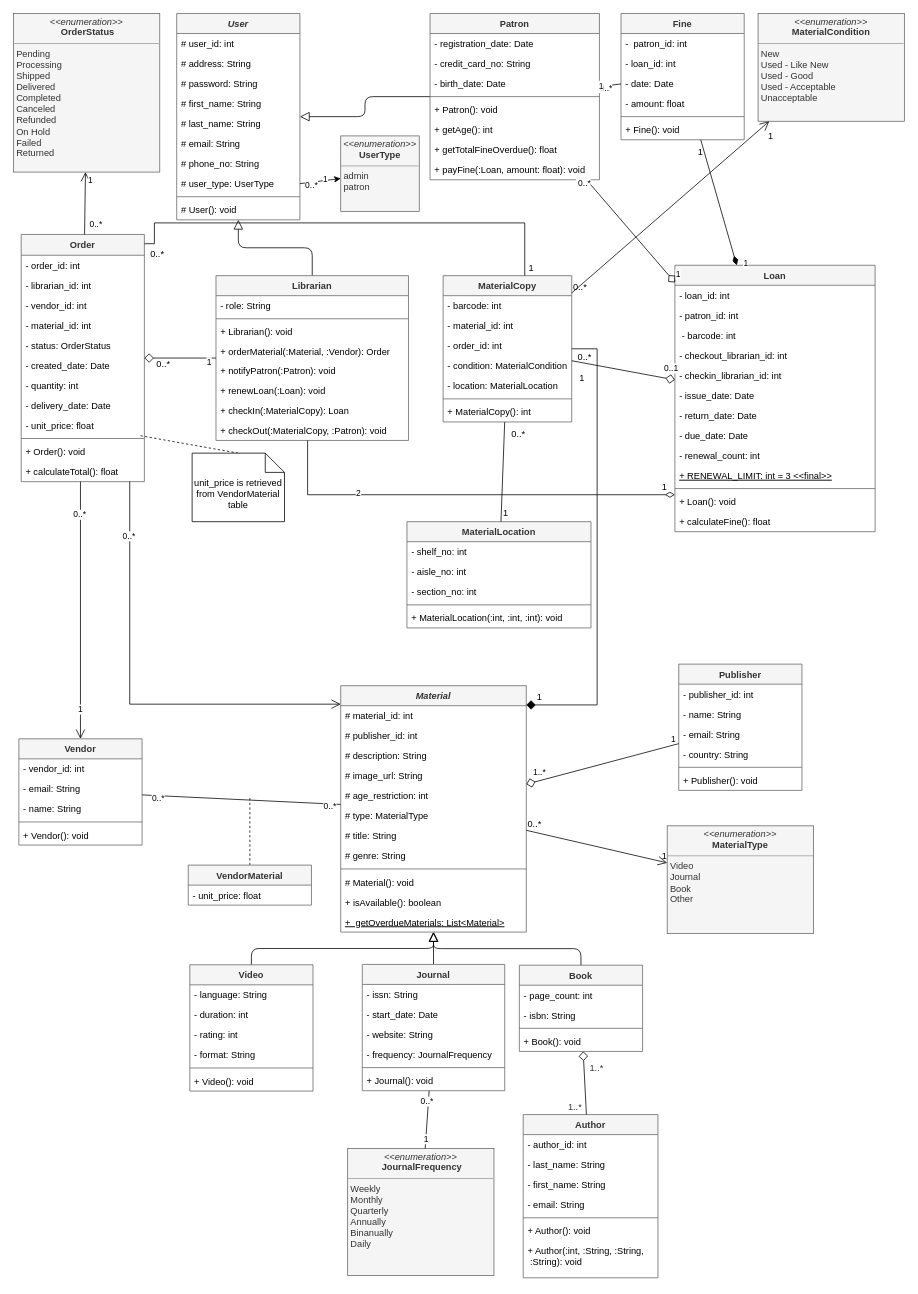
Above: docs/assets/uml-class-diagram.drawio in creme332/biblionex (draw.io), before the change. Source tidied: cells renumbered, new cells numbered last; positions are measured from the earlier drawing's top-left corner, leaving out a move shared by most shapes. Both pictures are drawn from the tidied source at 77%, with x=0, y=0 at pixel (13, 13).
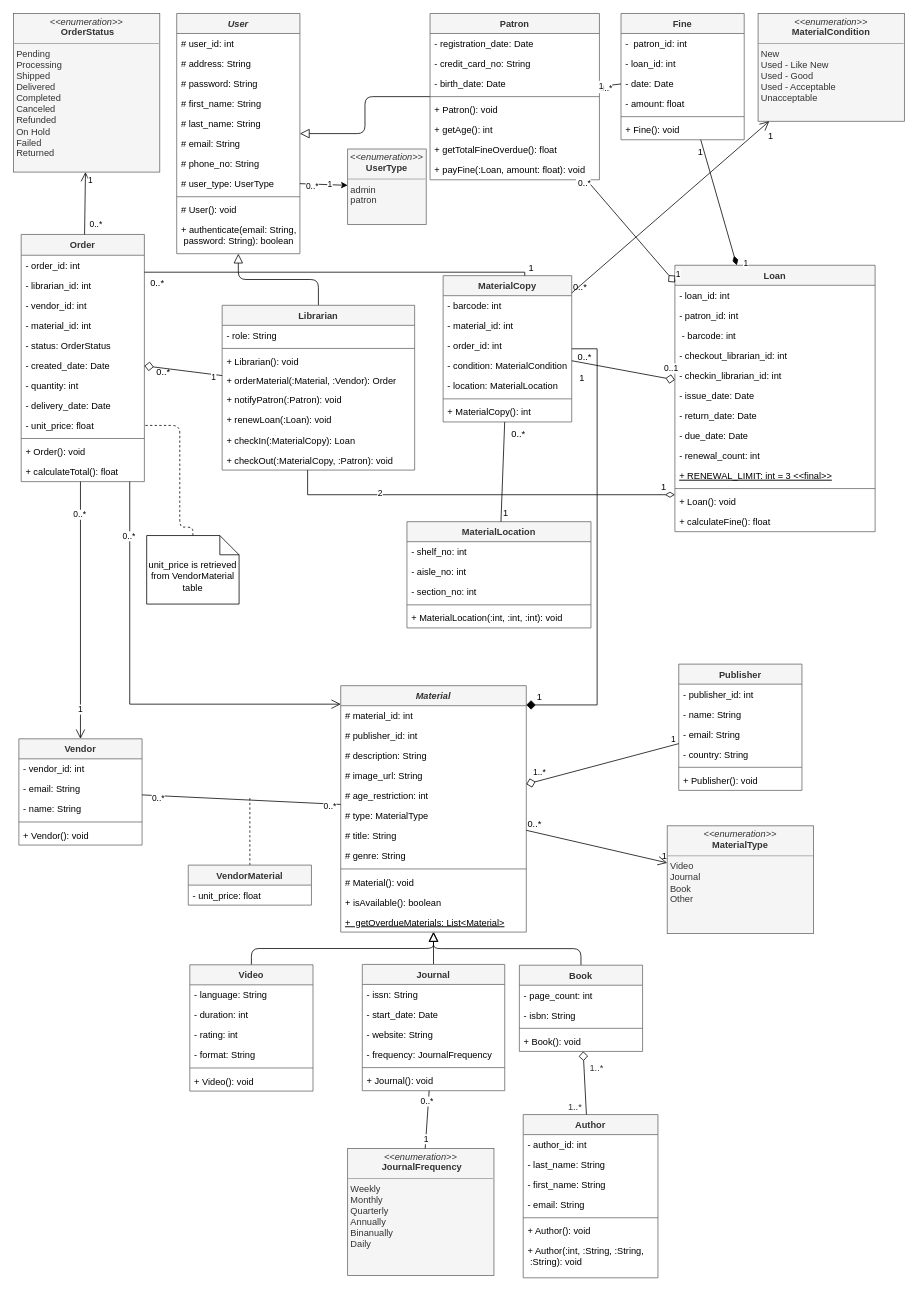
Above is the later version.

Commit message:
add authenticate method to User

The change refers to these unchanged cells:
```xml
<mxCell id="67" value="Order" style="swimlane;fontStyle=1;align=center;verticalAlign=top;horizontal=1;startSize=27;fillColor=#f5f5f5;strokeColor=#666666;fontColor=#333333;" parent="1" vertex="1">
  <mxGeometry x="10" y="287" width="160" height="321" as="geometry" />
</mxCell>
<mxCell id="76" value="- unit_price: float" style="text;strokeColor=none;fillColor=none;align=left;verticalAlign=top;spacingLeft=4;spacingRight=4;overflow=hidden;points=[[0,0.5],[1,0.5]];portConstraint=eastwest;" parent="67" vertex="1">
  <mxGeometry y="235" width="160" height="26" as="geometry" />
</mxCell>
<mxCell id="80" value="MaterialCopy" style="swimlane;fontStyle=1;align=center;verticalAlign=top;horizontal=1;startSize=26;fillColor=#f5f5f5;strokeColor=#666666;fontColor=#333333;" parent="1" vertex="1">
  <mxGeometry x="558" y="340.5" width="167" height="190" as="geometry" />
</mxCell>
```

The edit, as a diff of the source:
```diff
@@
     <mxCell id="2" value="User" style="swimlane;fontStyle=3;align=center;verticalAlign=top;horizontal=1;startSize=26;fillColor=#f5f5f5;fontColor=#333333;strokeColor=#666666;" parent="1" vertex="1">
-      <mxGeometry x="212" width="160" height="268" as="geometry" />
+      <mxGeometry x="212" width="160" height="312" as="geometry" />
     </mxCell>
@@
+    <mxCell id="203" value="+ authenticate(email: String,&#10; password: String): boolean" style="text;strokeColor=none;fillColor=none;align=left;verticalAlign=top;spacingLeft=4;spacingRight=4;overflow=hidden;" parent="2" vertex="1">
+      <mxGeometry y="268" width="160" height="44" as="geometry" />
+    </mxCell>
@@
     <mxCell id="14" value="Librarian" style="swimlane;fontStyle=1;align=center;verticalAlign=top;horizontal=1;startSize=26;fillColor=#f5f5f5;strokeColor=#666666;fontColor=#333333;" parent="1" vertex="1">
-      <mxGeometry x="263" y="340.5" width="250" height="214" as="geometry" />
+      <mxGeometry x="271" y="379" width="250" height="214" as="geometry" />
     </mxCell>
@@
     <mxCell id="179" style="endArrow=none;html=1;rounded=0;startSize=10;endSize=10;edgeStyle=orthogonalEdgeStyle;" parent="1" edge="1" source="67" target="80">
       <mxGeometry relative="1" as="geometry">
         <Array as="points">
-          <mxPoint x="183" y="299" />
-          <mxPoint x="183" y="272" />
-          <mxPoint x="664" y="272" />
+          <mxPoint x="664" y="336" />
         </Array>
       </mxGeometry>
     </mxCell>
@@
-    <mxCell id="197" style="edgeStyle=none;html=1;exitX=0.5;exitY=0;exitDx=0;exitDy=0;exitPerimeter=0;dashed=1;endArrow=none;endFill=0;" parent="1" edge="1" source="198" target="76">
-      <mxGeometry relative="1" as="geometry" />
+    <mxCell id="197" style="edgeStyle=orthogonalEdgeStyle;html=1;exitX=0.5;exitY=0;exitDx=0;exitDy=0;exitPerimeter=0;dashed=1;endArrow=none;endFill=0;" parent="1" edge="1" source="198" target="76">
+      <mxGeometry relative="1" as="geometry">
+        <Array as="points">
+          <mxPoint x="216" y="667" />
+          <mxPoint x="216" y="535" />
+        </Array>
+      </mxGeometry>
     </mxCell>
     <mxCell id="198" value="unit_price is retrieved from VendorMaterial table" style="shape=note2;boundedLbl=1;whiteSpace=wrap;html=1;size=25;verticalAlign=top;align=center;" parent="1" vertex="1">
-      <mxGeometry x="232" y="571" width="120" height="89" as="geometry" />
+      <mxGeometry x="173" y="678" width="120" height="89" as="geometry" />
     </mxCell>
     <mxCell id="199" value="&lt;p style=&quot;margin:0px;margin-top:4px;text-align:center;&quot;&gt;&lt;i&gt;&amp;lt;&amp;lt;enumeration&amp;gt;&amp;gt;&lt;/i&gt;&lt;br&gt;&lt;b&gt;UserType&lt;/b&gt;&lt;/p&gt;&lt;hr size=&quot;1&quot;&gt;&lt;p style=&quot;margin:0px;margin-left:4px;&quot;&gt;&lt;span style=&quot;background-color: initial;&quot;&gt;admin&lt;/span&gt;&lt;/p&gt;&lt;p style=&quot;margin:0px;margin-left:4px;&quot;&gt;&lt;span style=&quot;background-color: initial;&quot;&gt;patron&lt;/span&gt;&lt;/p&gt;&lt;p style=&quot;margin:0px;margin-left:4px;&quot;&gt;&lt;br&gt;&lt;/p&gt;" style="verticalAlign=top;align=left;overflow=fill;fontSize=12;fontFamily=Helvetica;html=1;strokeColor=#666666;fontColor=#333333;startSize=26;fillColor=#f5f5f5;" parent="1" vertex="1">
-      <mxGeometry x="425" y="159" width="102" height="98" as="geometry" />
+      <mxGeometry x="434" y="176" width="102" height="98" as="geometry" />
     </mxCell>
```
